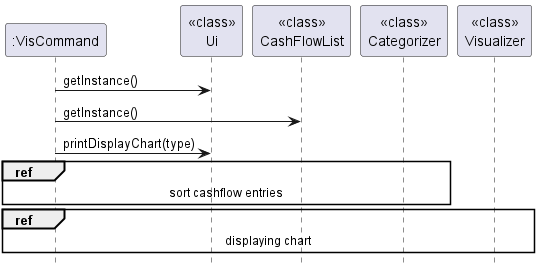
This is docs/images/vis/visualisationSequence.png from nus-cs2113-AY2324S1/tp, a PlantUML export, as it was before one commit. Source of this version:
```plantuml
@startuml

participant ":VisCommand"
participant "<<class>>\nUi"
participant "<<class>>\nCashFlowList"
participant "<<class>>\nCategorizer"
participant "<<class>>\nVisualizer"

":VisCommand"-> "<<class>>\nUi": getInstance()

":VisCommand"-> "<<class>>\nCashFlowList": getInstance()

":VisCommand"-> "<<class>>\nUi": printDisplayChart(type)

ref over "<<class>>\nCategorizer", ":VisCommand" : sort cashflow entries

ref over "<<class>>\nVisualizer", ":VisCommand": displaying chart

hide footbox

@enduml
```
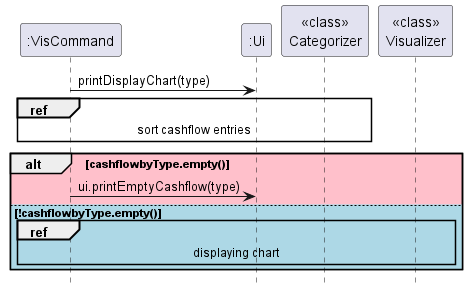
Above is the later version.

Commit message:
Fix UML seq diagram

What changed in the source:
```diff
@@ -1,20 +1,24 @@
 @startuml
 
 participant ":VisCommand"
-participant "<<class>>\nUi"
-participant "<<class>>\nCashFlowList"
+participant ":Ui"
 participant "<<class>>\nCategorizer"
 participant "<<class>>\nVisualizer"
 
-":VisCommand"-> "<<class>>\nUi": getInstance()
-
-":VisCommand"-> "<<class>>\nCashFlowList": getInstance()
-
-":VisCommand"-> "<<class>>\nUi": printDisplayChart(type)
+":VisCommand"-> ":Ui": printDisplayChart(type)
 
 ref over "<<class>>\nCategorizer", ":VisCommand" : sort cashflow entries
 
-ref over "<<class>>\nVisualizer", ":VisCommand": displaying chart
+alt #Pink cashflowbyType.empty()
+
+    ":VisCommand" -> ":Ui" : ui.printEmptyCashflow(type)
+
+else #LightBlue !cashflowbyType.empty()
+
+    ref over "<<class>>\nVisualizer", ":VisCommand": displaying chart
+
+end
+
 
 hide footbox
 
```
